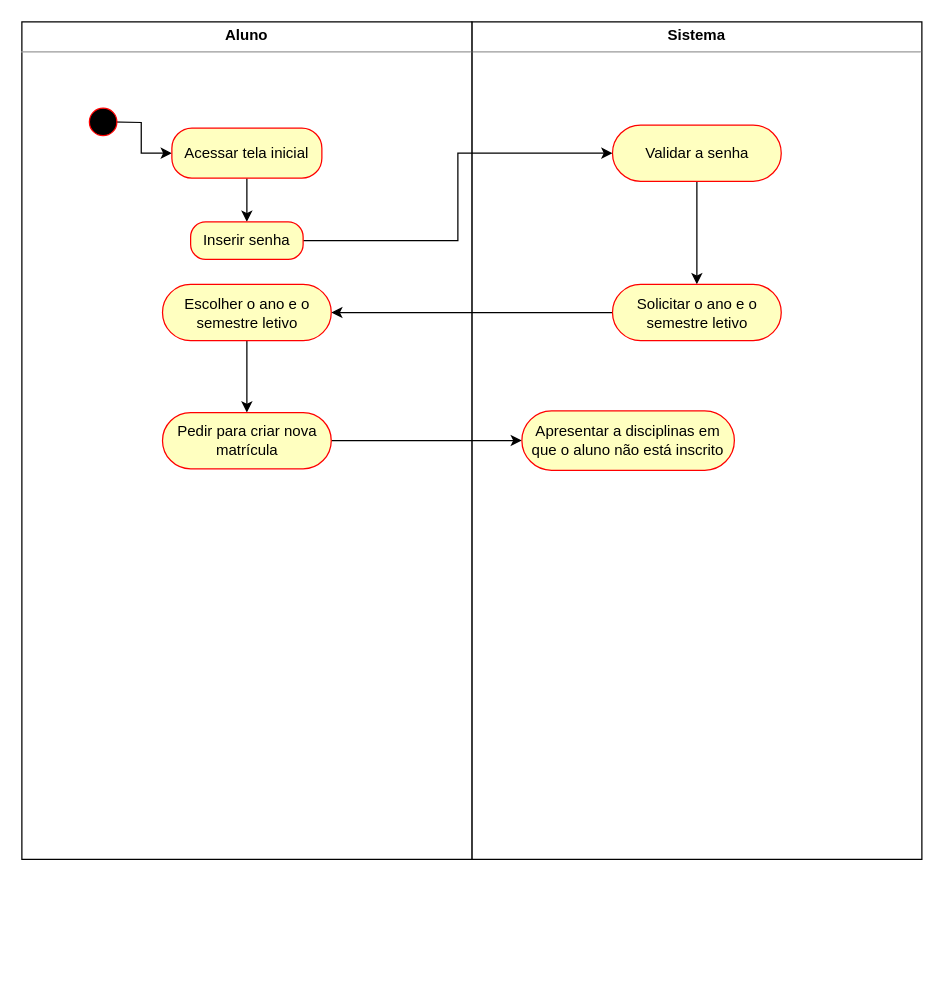
bruniculos08/AMS0001 keeps this draw.io diagram as Exercício 04 - Diagrama de Atividade.drawio. Above is the earlier version. Source tidied: cells renumbered, new cells numbered last; positions are measured from the earlier drawing's top-left corner, leaving out a move shared by most shapes. Both pictures are drawn from the tidied source at 125%, with x=0, y=0 at pixel (21, 21).
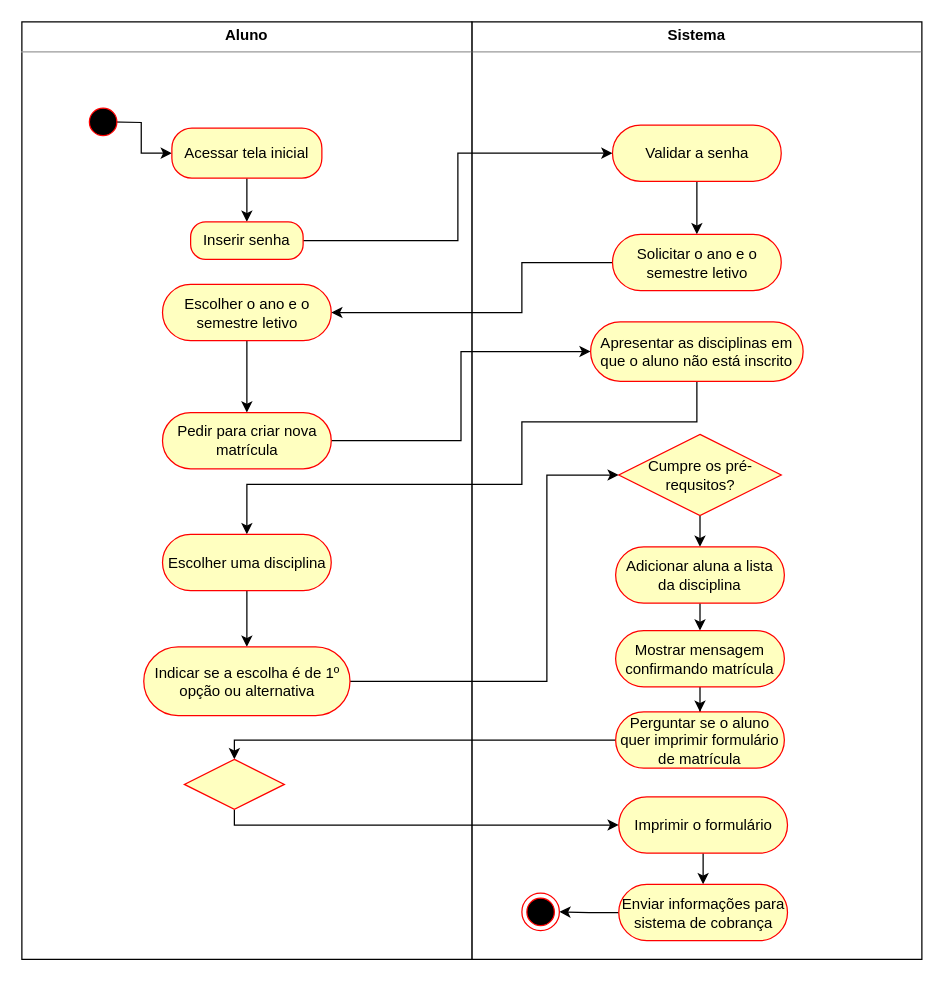
Above is the later version.

Unchanged cells that the change refers to:
```xml
<mxCell id="15" value="Escolher o ano e o semestre letivo" style="rounded=1;whiteSpace=wrap;html=1;arcSize=50;fontColor=#000000;fillColor=#ffffc0;strokeColor=#ff0000;" parent="1" vertex="1">
  <mxGeometry x="112.5" y="210" width="135" height="45" as="geometry" />
</mxCell>
```

The edit, as a diff of the source:
```diff
@@
     <mxCell id="2" value="&lt;p style=&quot;margin: 0px ; margin-top: 4px ; text-align: center&quot;&gt;&lt;b&gt;Sistema&lt;/b&gt;&lt;/p&gt;&lt;hr size=&quot;1&quot;&gt;&lt;p style=&quot;margin: 0px ; margin-left: 4px&quot;&gt;&lt;br&gt;&lt;/p&gt;" style="verticalAlign=top;align=left;overflow=fill;fontSize=12;fontFamily=Helvetica;html=1;" parent="1" vertex="1">
-      <mxGeometry x="360" width="360" height="670" as="geometry" />
+      <mxGeometry x="360" width="360" height="750" as="geometry" />
     </mxCell>
     <mxCell id="3" value="&lt;p style=&quot;margin: 0px ; margin-top: 4px ; text-align: center&quot;&gt;&lt;b&gt;Aluno&lt;/b&gt;&lt;/p&gt;&lt;hr size=&quot;1&quot;&gt;&lt;p style=&quot;margin: 0px ; margin-left: 4px&quot;&gt;&lt;br&gt;&lt;/p&gt;" style="verticalAlign=top;align=left;overflow=fill;fontSize=12;fontFamily=Helvetica;html=1;" parent="1" vertex="1">
-      <mxGeometry width="360" height="670" as="geometry" />
+      <mxGeometry width="360" height="750" as="geometry" />
     </mxCell>
@@
     <mxCell id="12" style="edgeStyle=orthogonalEdgeStyle;rounded=0;jettySize=auto;html=1;exitX=0;exitY=0.5;exitDx=0;exitDy=0;entryX=1;entryY=0.5;entryDx=0;entryDy=0;" parent="1" edge="1" source="13" target="15">
-      <mxGeometry relative="1" as="geometry" />
+      <mxGeometry relative="1" as="geometry">
+        <Array as="points">
+          <mxPoint x="400" y="192" />
+          <mxPoint x="400" y="232" />
+        </Array>
+      </mxGeometry>
     </mxCell>
     <mxCell id="13" value="Solicitar o ano e o semestre letivo" style="rounded=1;whiteSpace=wrap;html=1;arcSize=50;fontColor=#000000;fillColor=#ffffc0;strokeColor=#ff0000;" parent="1" vertex="1">
-      <mxGeometry x="472.5" y="210" width="135" height="45" as="geometry" />
+      <mxGeometry x="472.5" y="170" width="135" height="45" as="geometry" />
     </mxCell>
@@
+    <mxCell id="19" style="edgeStyle=orthogonalEdgeStyle;rounded=0;jettySize=auto;html=1;exitX=0.5;exitY=1;exitDx=0;exitDy=0;entryX=0.5;entryY=0;entryDx=0;entryDy=0;" parent="1" edge="1" source="18" target="21">
+      <mxGeometry relative="1" as="geometry">
+        <Array as="points">
+          <mxPoint x="540" y="320" />
+          <mxPoint x="400" y="320" />
+          <mxPoint x="400" y="370" />
+          <mxPoint x="180" y="370" />
+        </Array>
+      </mxGeometry>
+    </mxCell>
-    <mxCell id="18" value="Apresentar a disciplinas em que o aluno não está inscrito" style="rounded=1;whiteSpace=wrap;html=1;arcSize=50;fontColor=#000000;fillColor=#ffffc0;strokeColor=#ff0000;" parent="1" vertex="1">
-      <mxGeometry x="400" y="311.2" width="170" height="47.5" as="geometry" />
+    <mxCell id="18" value="Apresentar as disciplinas em que o aluno não está inscrito" style="rounded=1;whiteSpace=wrap;html=1;arcSize=50;fontColor=#000000;fillColor=#ffffc0;strokeColor=#ff0000;" parent="1" vertex="1">
+      <mxGeometry x="455" y="240" width="170" height="47.5" as="geometry" />
     </mxCell>
+    <mxCell id="20" style="edgeStyle=orthogonalEdgeStyle;rounded=0;jettySize=auto;html=1;" parent="1" edge="1" source="21" target="23">
+      <mxGeometry relative="1" as="geometry" />
+    </mxCell>
+    <mxCell id="21" value="Escolher uma disciplina" style="rounded=1;whiteSpace=wrap;html=1;arcSize=50;fontColor=#000000;fillColor=#ffffc0;strokeColor=#ff0000;" parent="1" vertex="1">
+      <mxGeometry x="112.5" y="410" width="135" height="45" as="geometry" />
+    </mxCell>
+    <mxCell id="22" style="edgeStyle=orthogonalEdgeStyle;rounded=0;jettySize=auto;html=1;exitX=1;exitY=0.5;exitDx=0;exitDy=0;entryX=0;entryY=0.5;entryDx=0;entryDy=0;" parent="1" edge="1" source="23" target="25">
+      <mxGeometry relative="1" as="geometry">
+        <Array as="points">
+          <mxPoint x="420" y="528" />
+          <mxPoint x="420" y="363" />
+        </Array>
+      </mxGeometry>
+    </mxCell>
+    <mxCell id="23" value="Indicar se a escolha é de 1º opção ou alternativa" style="rounded=1;whiteSpace=wrap;html=1;arcSize=50;fontColor=#000000;fillColor=#ffffc0;strokeColor=#ff0000;" parent="1" vertex="1">
+      <mxGeometry x="97.5" y="500" width="165" height="55" as="geometry" />
+    </mxCell>
+    <mxCell id="24" style="edgeStyle=orthogonalEdgeStyle;rounded=0;jettySize=auto;html=1;" parent="1" edge="1" source="25" target="27">
+      <mxGeometry relative="1" as="geometry" />
+    </mxCell>
+    <mxCell id="25" value="Cumpre os pré-requsitos?" style="rhombus;whiteSpace=wrap;html=1;fillColor=#ffffc0;strokeColor=#ff0000;" parent="1" vertex="1">
+      <mxGeometry x="477.5" y="330" width="130" height="65" as="geometry" />
+    </mxCell>
+    <mxCell id="26" style="edgeStyle=orthogonalEdgeStyle;rounded=0;jettySize=auto;html=1;" parent="1" edge="1" source="27" target="29">
+      <mxGeometry relative="1" as="geometry" />
+    </mxCell>
+    <mxCell id="27" value="Adicionar aluna a lista da disciplina" style="rounded=1;whiteSpace=wrap;html=1;arcSize=50;fontColor=#000000;fillColor=#ffffc0;strokeColor=#ff0000;" parent="1" vertex="1">
+      <mxGeometry x="475" y="420" width="135" height="45" as="geometry" />
+    </mxCell>
+    <mxCell id="28" style="edgeStyle=orthogonalEdgeStyle;rounded=0;jettySize=auto;html=1;" parent="1" edge="1" source="29" target="31">
+      <mxGeometry relative="1" as="geometry" />
+    </mxCell>
+    <mxCell id="29" value="Mostrar mensagem confirmando matrícula" style="rounded=1;whiteSpace=wrap;html=1;arcSize=50;fontColor=#000000;fillColor=#ffffc0;strokeColor=#ff0000;" parent="1" vertex="1">
+      <mxGeometry x="475" y="487" width="135" height="45" as="geometry" />
+    </mxCell>
+    <mxCell id="30" style="edgeStyle=orthogonalEdgeStyle;rounded=0;jettySize=auto;html=1;exitX=0;exitY=0.5;exitDx=0;exitDy=0;entryX=0.5;entryY=0;entryDx=0;entryDy=0;" parent="1" edge="1" source="31" target="33">
+      <mxGeometry relative="1" as="geometry">
+        <Array as="points">
+          <mxPoint x="170" y="574" />
+        </Array>
+      </mxGeometry>
+    </mxCell>
+    <mxCell id="31" value="Perguntar se o aluno quer imprimir formulário de matrícula" style="rounded=1;whiteSpace=wrap;html=1;arcSize=50;fontColor=#000000;fillColor=#ffffc0;strokeColor=#ff0000;" parent="1" vertex="1">
+      <mxGeometry x="475" y="552" width="135" height="45" as="geometry" />
+    </mxCell>
+    <mxCell id="32" style="edgeStyle=orthogonalEdgeStyle;rounded=0;jettySize=auto;html=1;exitX=0.5;exitY=1;exitDx=0;exitDy=0;entryX=0;entryY=0.5;entryDx=0;entryDy=0;" parent="1" edge="1" source="33" target="35">
+      <mxGeometry relative="1" as="geometry">
+        <Array as="points">
+          <mxPoint x="170" y="642" />
+        </Array>
+      </mxGeometry>
+    </mxCell>
+    <mxCell id="33" style="rhombus;whiteSpace=wrap;html=1;fillColor=#ffffc0;strokeColor=#ff0000;" parent="1" vertex="1">
+      <mxGeometry x="130" y="590" width="80" height="40" as="geometry" />
+    </mxCell>
+    <mxCell id="34" style="edgeStyle=orthogonalEdgeStyle;rounded=0;jettySize=auto;html=1;" parent="1" edge="1" source="35" target="37">
+      <mxGeometry relative="1" as="geometry" />
+    </mxCell>
+    <mxCell id="35" value="Imprimir o formulário" style="rounded=1;whiteSpace=wrap;html=1;arcSize=50;fontColor=#000000;fillColor=#ffffc0;strokeColor=#ff0000;" parent="1" vertex="1">
+      <mxGeometry x="477.5" y="620" width="135" height="45" as="geometry" />
+    </mxCell>
+    <mxCell id="36" style="edgeStyle=orthogonalEdgeStyle;rounded=0;jettySize=auto;html=1;" parent="1" edge="1" source="37" target="38">
+      <mxGeometry relative="1" as="geometry" />
+    </mxCell>
+    <mxCell id="37" value="Enviar informações para sistema de cobrança" style="rounded=1;whiteSpace=wrap;html=1;arcSize=50;fontColor=#000000;fillColor=#ffffc0;strokeColor=#ff0000;" parent="1" vertex="1">
+      <mxGeometry x="477.5" y="690" width="135" height="45" as="geometry" />
+    </mxCell>
+    <mxCell id="38" style="ellipse;html=1;shape=endState;fillColor=#000000;strokeColor=#ff0000;" parent="1" vertex="1">
+      <mxGeometry x="400" y="697" width="30" height="30" as="geometry" />
+    </mxCell>
```
